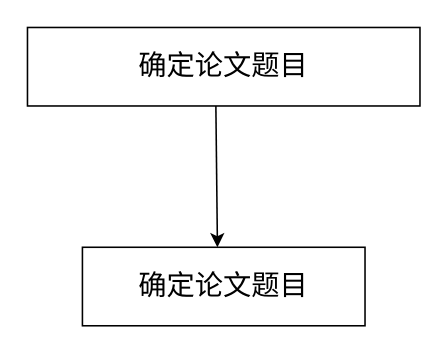
Earlier version of the draw.io diagram ClassWorks/未命名绘图.drawio (Yaozongbin0828/UMLetDraw). Source tidied: cells renumbered, new cells numbered last; positions are measured from the earlier drawing's top-left corner, leaving out a move shared by most shapes. Both pictures are drawn from the tidied source at 157%, with x=0, y=0 at pixel (27, 27).
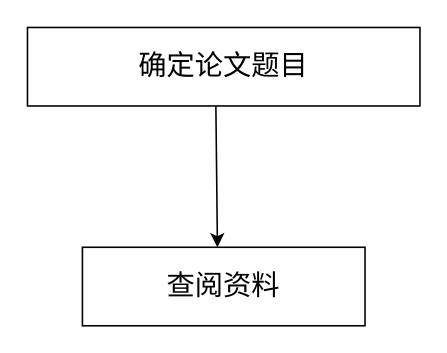
After the change.

Commit message (it also covers changes not shown here):
更新未命名绘图.drawio

Diff of the diagram source:
```diff
@@
 <mxGraphModel>
   <root>
     <mxCell id="0" />
     <mxCell id="1" parent="0" />
     <mxCell id="2" value="&lt;font style=&quot;font-size: 18px;&quot;&gt;确定论文题目&lt;/font&gt;" style="rounded=0;whiteSpace=wrap;html=1;" parent="1" vertex="1">
       <mxGeometry width="250" height="50" as="geometry" />
     </mxCell>
-    <mxCell id="3" value="&lt;font style=&quot;font-size: 18px;&quot;&gt;确定论文题目&lt;/font&gt;" style="rounded=0;whiteSpace=wrap;html=1;" parent="1" vertex="1">
+    <mxCell id="3" value="&lt;font style=&quot;font-size: 18px;&quot;&gt;查阅资料&lt;/font&gt;" style="rounded=0;whiteSpace=wrap;html=1;" parent="1" vertex="1">
       <mxGeometry x="35" y="140" width="180" height="50" as="geometry" />
     </mxCell>
     <mxCell id="4" style="endArrow=classic;html=1;rounded=0;" parent="1" edge="1">
       <mxGeometry relative="1" as="geometry">
         <mxPoint x="120" y="50" as="sourcePoint" />
         <mxPoint x="121" y="140" as="targetPoint" />
       </mxGeometry>
     </mxCell>
   </root>
 </mxGraphModel>
```
